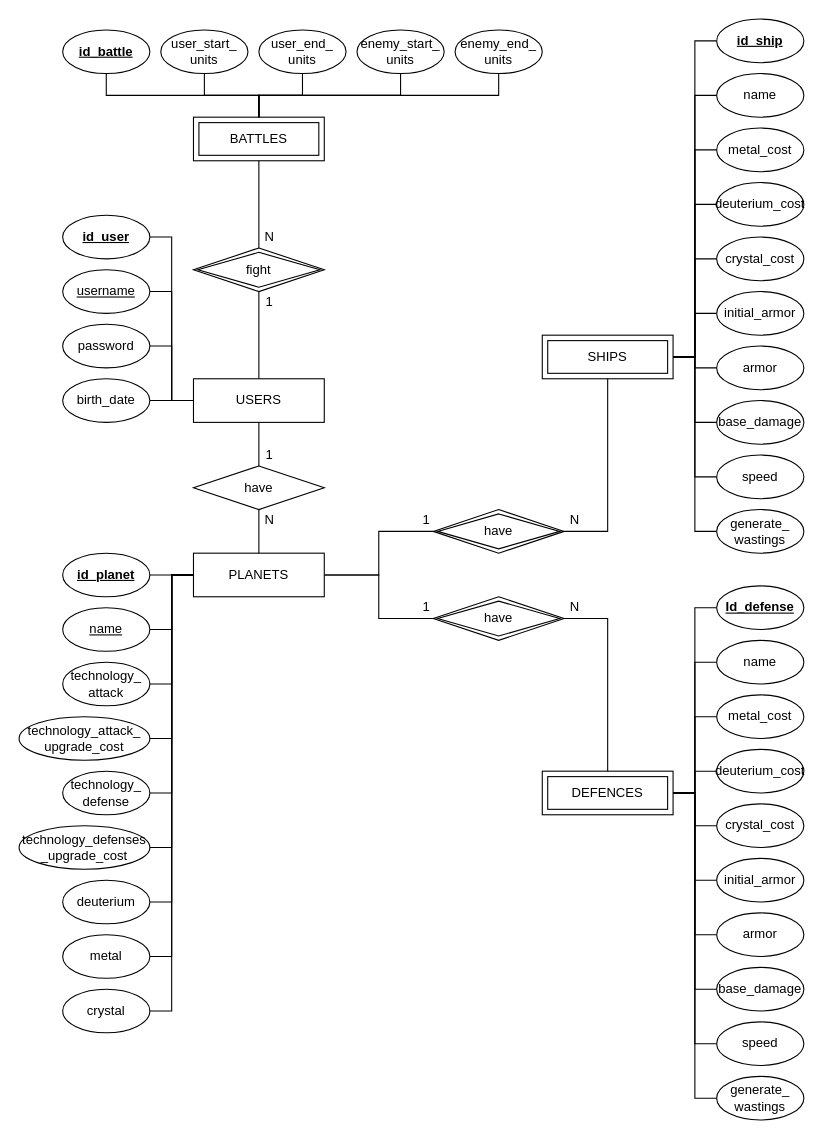
SergioHerreraMarin/PlanetWarsProyectoM3 keeps this draw.io diagram as M2/DiagramaChen.drawio. Above is the earlier version. Source tidied: cells renumbered, new cells numbered last; positions are measured from the earlier drawing's top-left corner, leaving out a move shared by most shapes. Both pictures are drawn from the tidied source at 109%, with x=0, y=0 at pixel (19, 19).
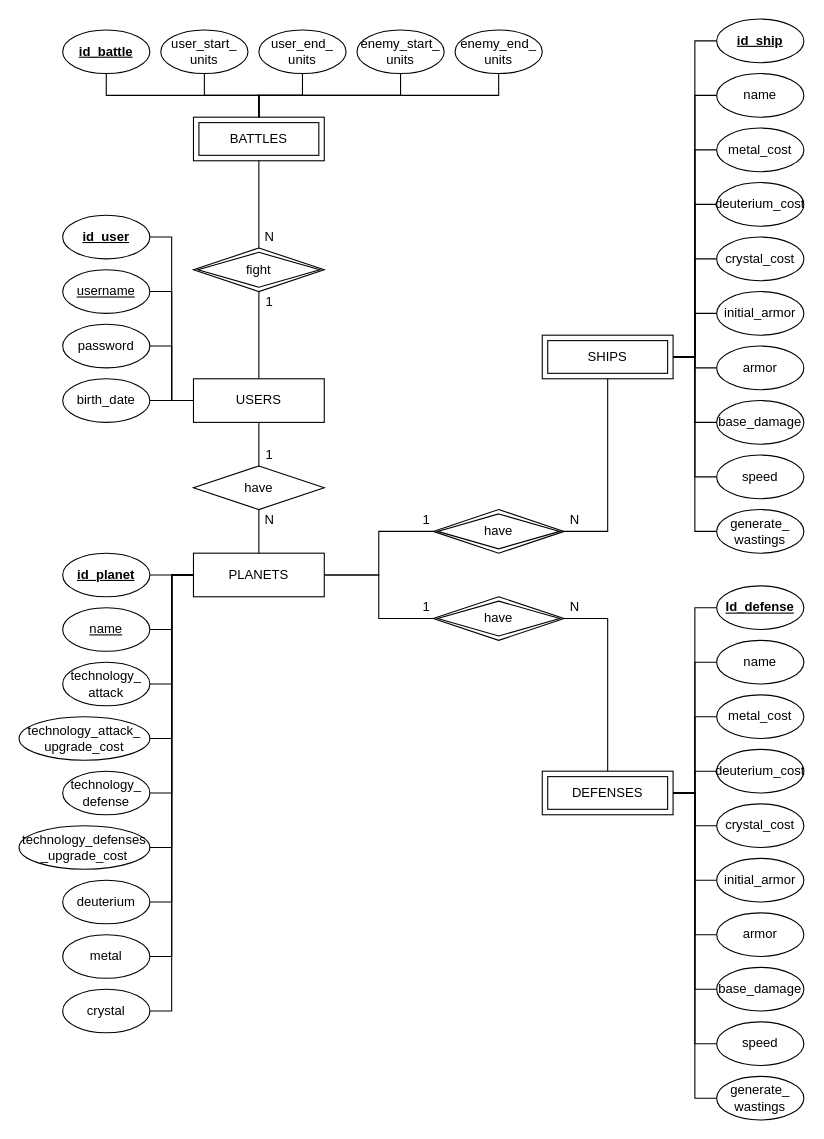
After the change.

The edit, as a diff of the source:
```diff
@@
-    <mxCell id="10" value="DEFENCES" style="shape=ext;margin=3;double=1;whiteSpace=wrap;html=1;align=center;" parent="1" vertex="1">
+    <mxCell id="10" value="DEFENSES" style="shape=ext;margin=3;double=1;whiteSpace=wrap;html=1;align=center;" parent="1" vertex="1">
       <mxGeometry x="480" y="690" width="120" height="40" as="geometry" />
     </mxCell>
```
